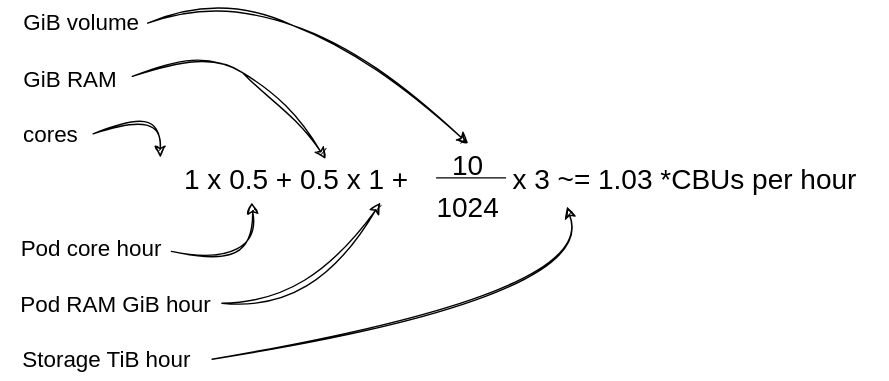
Earlier version of the draw.io export docs/cloud/rahti/images/Rahti1BU.drawio.svg (CSCfi/csc-user-guide). Source tidied: cells renumbered, new cells last; positions are measured from the earlier drawing's top-left corner, leaving out a move shared by most shapes.
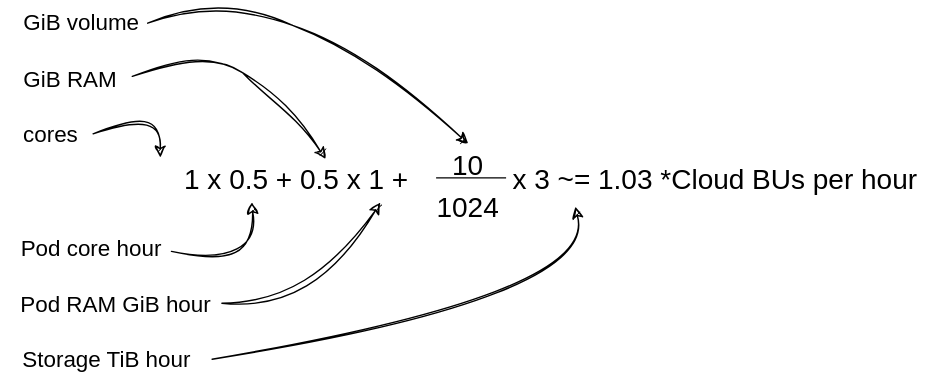
The same file after the commit.

Commit message:
Change CBU to Cloud BU

The edit, as a diff of the source:
```diff
@@ -27,8 +27,8 @@
         </Array>
       </mxGeometry>
     </mxCell>
-    <mxCell id="7" value="&lt;font style=&quot;font-size: 20px;&quot;&gt;x 3 ~= 1.03 *CBUs per hour&lt;br&gt;&lt;/font&gt;" style="text;html=1;align=left;verticalAlign=middle;points=[];strokeColor=none;fillColor=none;" parent="1" vertex="1">
-      <mxGeometry x="364" y="114" width="270" height="40" as="geometry" />
+    <mxCell id="7" value="&lt;font style=&quot;font-size: 20px;&quot;&gt;x 3 ~= 1.03 *Cloud BUs per hour&lt;br&gt;&lt;/font&gt;" style="text;html=1;align=left;verticalAlign=middle;points=[];strokeColor=none;fillColor=none;" parent="1" vertex="1">
+      <mxGeometry x="364" y="114" width="310" height="40" as="geometry" />
     </mxCell>
     <mxCell id="8" value="&lt;font style=&quot;font-size: 16px;&quot;&gt;cores&lt;/font&gt;" style="text;html=1;align=center;verticalAlign=middle;whiteSpace=wrap;rounded=0;" parent="1" vertex="1">
       <mxGeometry x="6" y="87" width="60" height="30" as="geometry" />
```
